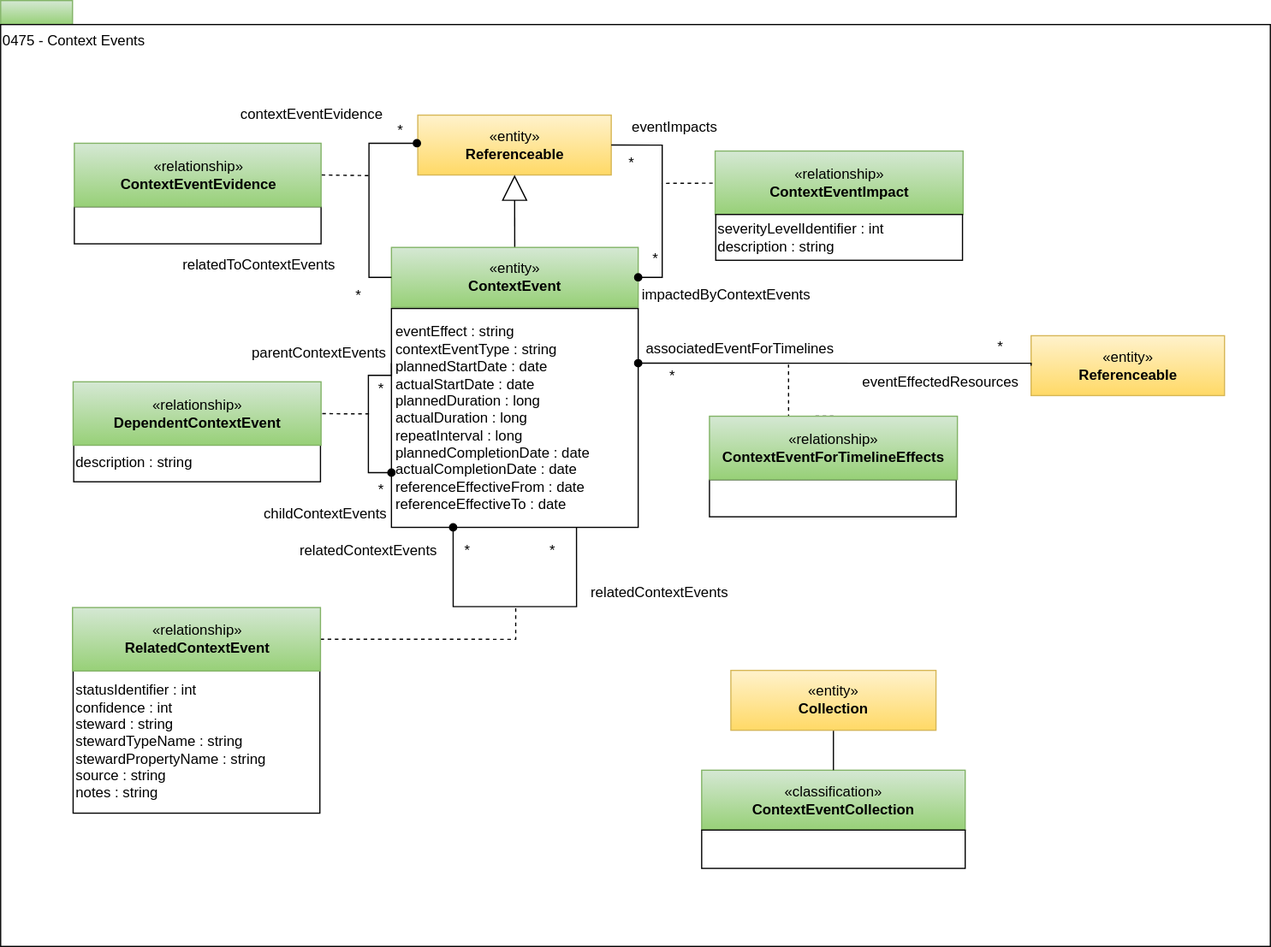
odpi/egeria-docs keeps this draw.io diagram as site/docs/types/4/0475-Context-Events.svg. Above is the earlier version. Source tidied: cells renumbered, new cells last; positions are measured from the earlier drawing's top-left corner, leaving out a move shared by most shapes.
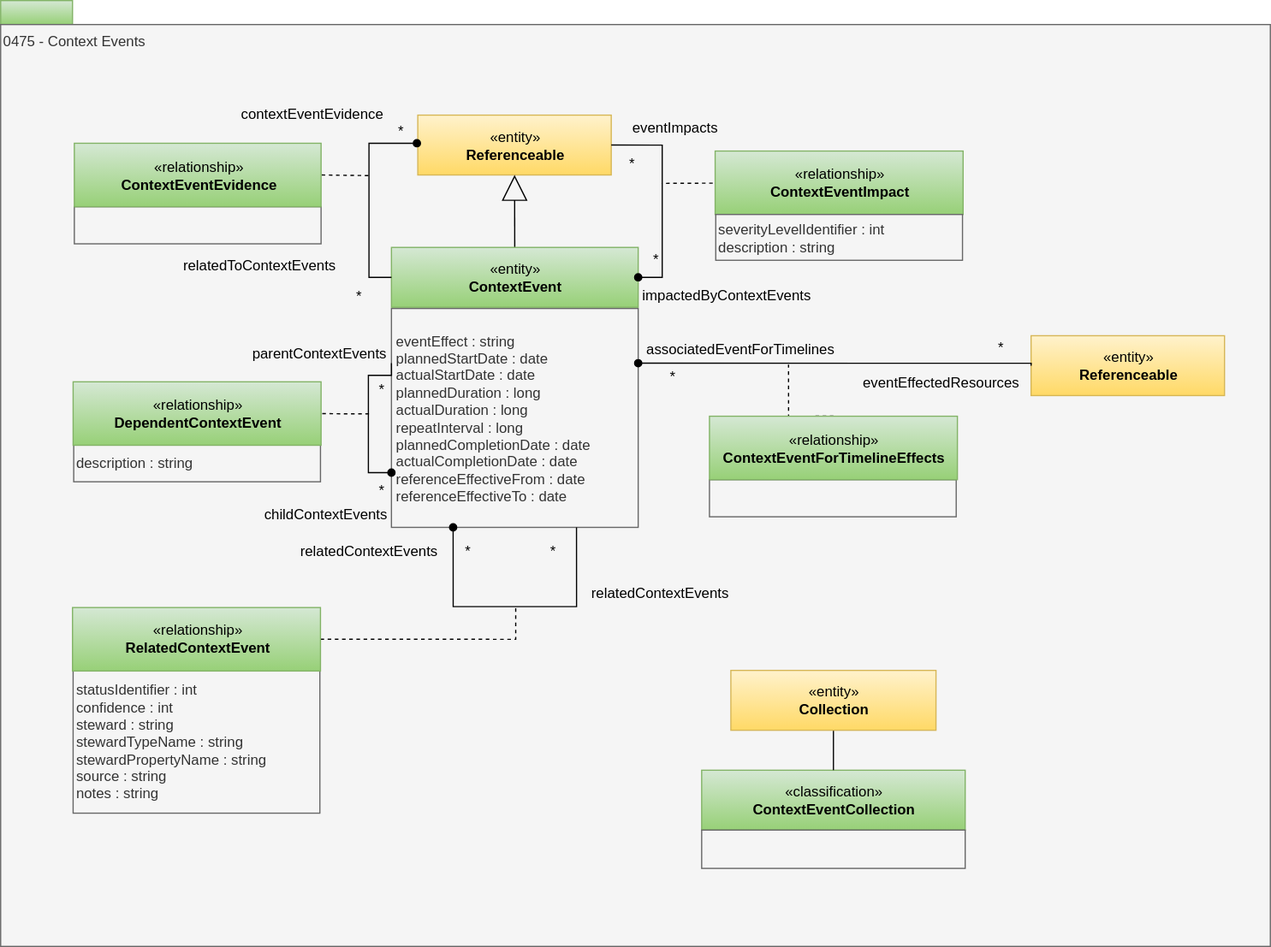
The same file after the commit.

Diff of the diagram source:
```diff
@@ -5,16 +5,16 @@
     <mxCell id="2" style="rounded=0;whiteSpace=wrap;html=1;align=left;fillColor=#d5e8d4;strokeColor=#82b366;gradientColor=#97d077;" parent="1" vertex="1">
       <mxGeometry width="60" height="20" as="geometry" />
     </mxCell>
-    <mxCell id="3" value="0475 - Context Events" style="rounded=0;html=1;align=left;verticalAlign=top;" parent="1" vertex="1">
+    <mxCell id="3" value="0475 - Context Events" style="rounded=0;html=1;align=left;verticalAlign=top;fillColor=#f5f5f5;fontColor=#333333;strokeColor=#666666;" parent="1" vertex="1">
       <mxGeometry y="20" width="1060" height="770" as="geometry" />
     </mxCell>
-    <mxCell id="4" value="&lt;span&gt;eventEffect : string&lt;br&gt;contextEventType : string&lt;br&gt;&lt;/span&gt;plannedStartDate : date&lt;br style=&quot;border-color: var(--border-color);&quot;&gt;actualStartDate : date&lt;br&gt;plannedDuration : long&lt;br&gt;actualDuration : long&lt;br&gt;repeatInterval : long&lt;br style=&quot;border-color: var(--border-color);&quot;&gt;plannedCompletionDate : date&lt;br style=&quot;border-color: var(--border-color);&quot;&gt;actualCompletionDate : date&lt;br style=&quot;border-color: var(--border-color);&quot;&gt;&lt;span&gt;referenceEffectiveFrom : date&lt;br&gt;referenceEffectiveTo : date&lt;br&gt;&lt;/span&gt;" style="rounded=0;whiteSpace=wrap;html=1;strokeColor=#000000;gradientColor=#ffffff;align=left;spacingLeft=2;" parent="1" vertex="1">
+    <mxCell id="4" value="&lt;span&gt;eventEffect : string&lt;br&gt;&lt;/span&gt;plannedStartDate : date&lt;br style=&quot;border-color: var(--border-color);&quot;&gt;actualStartDate : date&lt;br&gt;plannedDuration : long&lt;br&gt;actualDuration : long&lt;br&gt;repeatInterval : long&lt;br style=&quot;border-color: var(--border-color);&quot;&gt;plannedCompletionDate : date&lt;br style=&quot;border-color: var(--border-color);&quot;&gt;actualCompletionDate : date&lt;br style=&quot;border-color: var(--border-color);&quot;&gt;&lt;span&gt;referenceEffectiveFrom : date&lt;br&gt;referenceEffectiveTo : date&lt;br&gt;&lt;/span&gt;" style="rounded=0;whiteSpace=wrap;html=1;strokeColor=#666666;align=left;spacingLeft=2;fillColor=#f5f5f5;fontColor=#333333;" parent="1" vertex="1">
       <mxGeometry x="326.2" y="257.2" width="206" height="182.8" as="geometry" />
     </mxCell>
     <mxCell id="5" value="«entity»&lt;br&gt;&lt;b&gt;Referenceable&lt;/b&gt;" style="html=1;strokeColor=#d6b656;align=center;fillColor=#fff2cc;gradientColor=#ffd966;" parent="1" vertex="1">
       <mxGeometry x="348.2" y="95.7" width="161.5" height="50" as="geometry" />
     </mxCell>
-    <mxCell id="6" value="description : string" style="rounded=0;whiteSpace=wrap;html=1;strokeColor=#000000;gradientColor=#ffffff;align=left;" parent="1" vertex="1">
+    <mxCell id="6" value="description : string" style="rounded=0;whiteSpace=wrap;html=1;strokeColor=#666666;align=left;fillColor=#f5f5f5;fontColor=#333333;" parent="1" vertex="1">
       <mxGeometry x="61" y="370.9" width="206" height="31" as="geometry" />
     </mxCell>
     <mxCell id="7" value="*" style="text;html=1;strokeColor=none;fillColor=none;align=center;verticalAlign=middle;whiteSpace=wrap;rounded=0;" parent="1" vertex="1">
@@ -59,7 +59,7 @@
     <mxCell id="18" value="associatedEventForTimelines" style="text;html=1;align=center;verticalAlign=middle;" parent="1" vertex="1">
       <mxGeometry x="527.2" y="276" width="180" height="30" as="geometry" />
     </mxCell>
-    <mxCell id="19" style="rounded=0;whiteSpace=wrap;html=1;strokeColor=#000000;gradientColor=#ffffff;align=left;" parent="1" vertex="1">
+    <mxCell id="19" style="rounded=0;whiteSpace=wrap;html=1;strokeColor=#666666;align=left;fillColor=#f5f5f5;fontColor=#333333;" parent="1" vertex="1">
       <mxGeometry x="61.5" y="172.2" width="206" height="31" as="geometry" />
     </mxCell>
     <mxCell id="20" style="edgeStyle=orthogonalEdgeStyle;rounded=0;html=1;exitX=0;exitY=0.5;exitDx=0;exitDy=0;dashed=1;endArrow=none;endFill=0;jettySize=auto;" parent="1" edge="1" source="21">
@@ -105,7 +105,7 @@
     <mxCell id="28" value="*" style="text;html=1;strokeColor=none;fillColor=none;align=center;verticalAlign=middle;whiteSpace=wrap;rounded=0;" parent="1" vertex="1">
       <mxGeometry x="370" y="450" width="40" height="20" as="geometry" />
     </mxCell>
-    <mxCell id="29" value="statusIdentifier : int&lt;br&gt;confidence : int&lt;br style=&quot;border-color: var(--border-color);&quot;&gt;steward : string&lt;br style=&quot;border-color: var(--border-color);&quot;&gt;stewardTypeName : string&lt;br style=&quot;border-color: var(--border-color);&quot;&gt;stewardPropertyName : string&lt;br style=&quot;border-color: var(--border-color);&quot;&gt;source : string&lt;br style=&quot;border-color: var(--border-color);&quot;&gt;notes : string" style="rounded=0;whiteSpace=wrap;html=1;strokeColor=#000000;gradientColor=#ffffff;align=left;" parent="1" vertex="1">
+    <mxCell id="29" value="statusIdentifier : int&lt;br&gt;confidence : int&lt;br style=&quot;border-color: var(--border-color);&quot;&gt;steward : string&lt;br style=&quot;border-color: var(--border-color);&quot;&gt;stewardTypeName : string&lt;br style=&quot;border-color: var(--border-color);&quot;&gt;stewardPropertyName : string&lt;br style=&quot;border-color: var(--border-color);&quot;&gt;source : string&lt;br style=&quot;border-color: var(--border-color);&quot;&gt;notes : string" style="rounded=0;whiteSpace=wrap;html=1;strokeColor=#666666;align=left;fillColor=#f5f5f5;fontColor=#333333;" parent="1" vertex="1">
       <mxGeometry x="60.5" y="559.5" width="206" height="119.2" as="geometry" />
     </mxCell>
     <mxCell id="30" style="edgeStyle=orthogonalEdgeStyle;rounded=0;html=1;exitX=1;exitY=0.5;exitDx=0;exitDy=0;dashed=1;endArrow=none;endFill=0;jettySize=auto;" parent="1" edge="1" source="31">
@@ -122,7 +122,7 @@
     <mxCell id="32" value="«classification»&lt;br&gt;&lt;b&gt;ContextEventCollection&lt;/b&gt;" style="html=1;strokeColor=#82b366;align=center;fillColor=#d5e8d4;gradientColor=#97d077;" parent="1" vertex="1">
       <mxGeometry x="585.2" y="642.8" width="220" height="50" as="geometry" />
     </mxCell>
-    <mxCell id="33" style="rounded=0;whiteSpace=wrap;html=1;strokeColor=#000000;gradientColor=#ffffff;align=left;" parent="1" vertex="1">
+    <mxCell id="33" style="rounded=0;whiteSpace=wrap;html=1;strokeColor=#666666;align=left;fillColor=#f5f5f5;fontColor=#333333;" parent="1" vertex="1">
       <mxGeometry x="585.2" y="692.8" width="220" height="32" as="geometry" />
     </mxCell>
     <mxCell id="34" style="edgeStyle=orthogonalEdgeStyle;rounded=0;jettySize=auto;html=1;exitX=0.5;exitY=1;exitDx=0;exitDy=0;entryX=0.5;entryY=0;entryDx=0;entryDy=0;endArrow=none;endFill=0;" parent="1" edge="1" source="35" target="32">
@@ -142,7 +142,7 @@
     <mxCell id="38" value="*" style="text;html=1;strokeColor=none;fillColor=none;align=center;verticalAlign=middle;whiteSpace=wrap;rounded=0;" parent="1" vertex="1">
       <mxGeometry x="278.5" y="237.2" width="40" height="20" as="geometry" />
     </mxCell>
-    <mxCell id="39" value="severityLevelIdentifier : int&lt;br&gt;description : string" style="rounded=0;whiteSpace=wrap;html=1;strokeColor=#000000;gradientColor=#ffffff;align=left;" parent="1" vertex="1">
+    <mxCell id="39" value="severityLevelIdentifier : int&lt;br&gt;description : string" style="rounded=0;whiteSpace=wrap;html=1;strokeColor=#666666;align=left;fillColor=#f5f5f5;fontColor=#333333;" parent="1" vertex="1">
       <mxGeometry x="597" y="178.7" width="206" height="38.2" as="geometry" />
     </mxCell>
     <mxCell id="40" value="impactedByContextEvents" style="text;html=1;strokeColor=none;fillColor=none;align=center;verticalAlign=middle;whiteSpace=wrap;rounded=0;" parent="1" vertex="1">
@@ -176,7 +176,7 @@
         </Array>
       </mxGeometry>
     </mxCell>
-    <mxCell id="47" style="rounded=0;whiteSpace=wrap;html=1;strokeColor=#000000;gradientColor=#ffffff;align=left;" parent="1" vertex="1">
+    <mxCell id="47" style="rounded=0;whiteSpace=wrap;html=1;strokeColor=#666666;align=left;fillColor=#f5f5f5;fontColor=#333333;" parent="1" vertex="1">
       <mxGeometry x="591.8" y="400.2" width="206" height="31" as="geometry" />
     </mxCell>
     <mxCell id="48" style="edgeStyle=orthogonalEdgeStyle;rounded=0;html=1;exitX=0.5;exitY=0;exitDx=0;exitDy=0;dashed=1;endArrow=none;endFill=0;jettySize=auto;" parent="1" edge="1" source="49">
```
